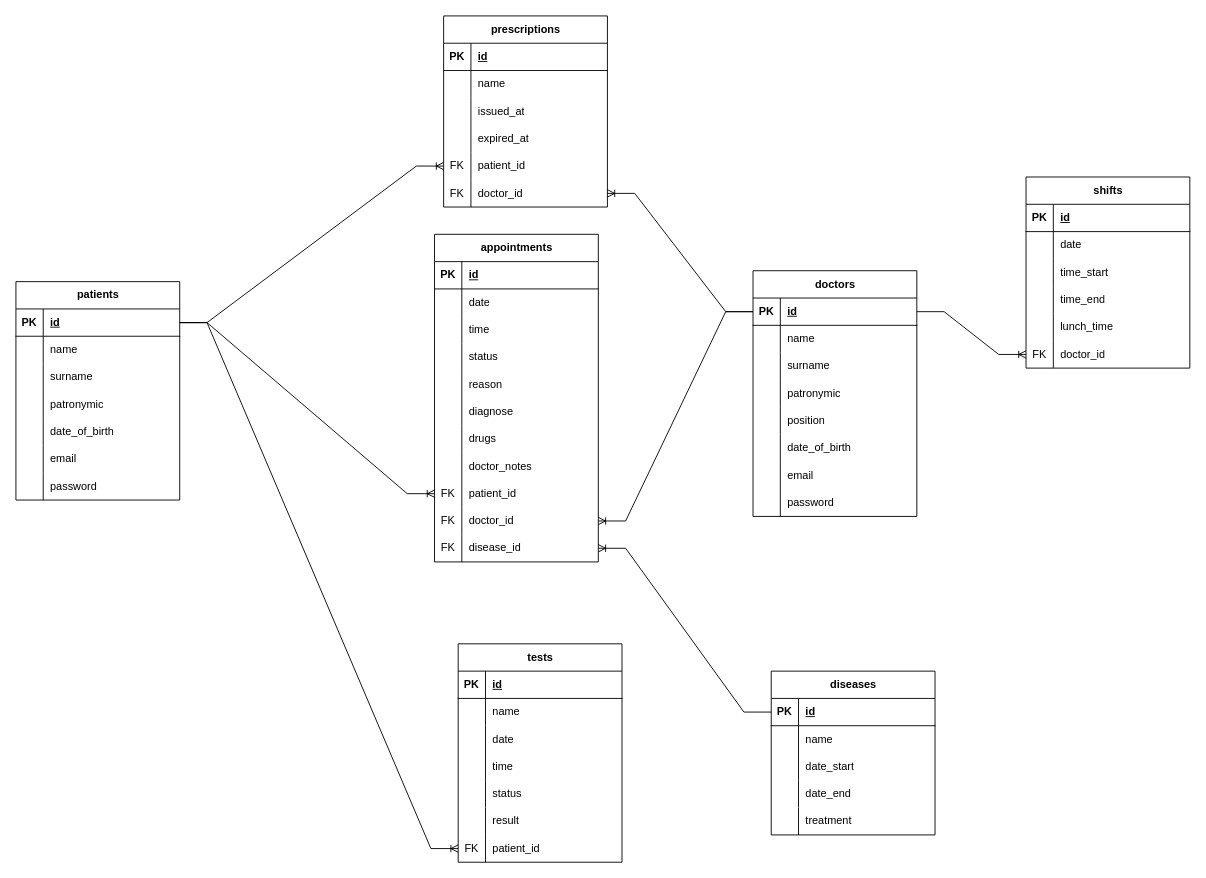
This is DB_ERD.drawio from beerH4nter/clinic_website_coursework, a draw.io file, before an edit. Source tidied: cells renumbered, new cells numbered last; positions are measured from the earlier drawing's top-left corner, leaving out a move shared by most shapes. Both pictures are drawn from the tidied source at 91%, with x=0, y=0 at pixel (15, 15).
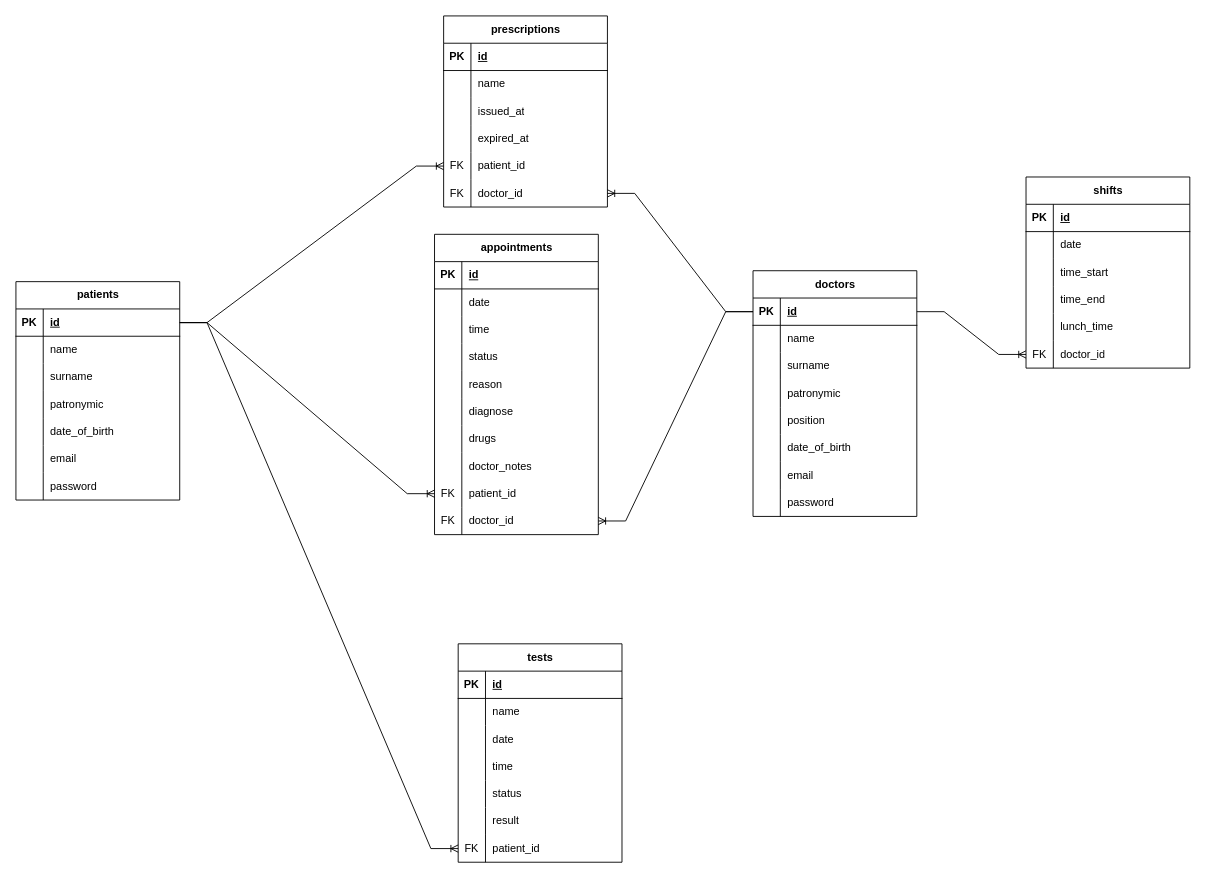
The same page after the edit.

The edit, as a diff of the source:
```diff
@@
     <mxCell id="24" value="appointments" style="shape=table;startSize=30;childLayout=tableLayout;rowLines=0;fontStyle=1;align=center;html=1;" parent="1" vertex="1">
-      <mxGeometry x="460" y="240" width="180" height="360" as="geometry" />
+      <mxGeometry x="460" y="240" width="180" height="330" as="geometry" />
     </mxCell>
@@
-    <mxCell id="55" style="shape=tableRow;horizontal=0;startSize=0;swimlaneHead=0;swimlaneBody=0;fillColor=none;points=[[0,0.5],[1,0.5]];portConstraint=eastwest;top=0;left=0;right=0;bottom=0;" parent="24" vertex="1">
-      <mxGeometry y="330" width="180" height="30" as="geometry" />
-    </mxCell>
-    <mxCell id="56" value="FK" style="shape=partialRectangle;fillColor=none;top=0;left=0;bottom=0;right=0;overflow=hidden;whiteSpace=wrap;html=1;" parent="55" vertex="1">
-      <mxGeometry width="30" height="30" as="geometry" />
-    </mxCell>
-    <mxCell id="57" value="disease_id" style="shape=partialRectangle;fillColor=none;top=0;left=0;bottom=0;right=0;align=left;spacingLeft=6;overflow=hidden;whiteSpace=wrap;html=1;" parent="55" vertex="1">
-      <mxGeometry x="30" width="150" height="30" as="geometry" />
-    </mxCell>
-    <mxCell id="58" value="diseases" style="shape=table;startSize=30;childLayout=tableLayout;rowLines=0;fontStyle=1;align=center;html=1;" parent="1" vertex="1">
-      <mxGeometry x="830" y="720" width="180" height="180" as="geometry" />
-    </mxCell>
-    <mxCell id="59" style="shape=tableRow;horizontal=0;startSize=0;swimlaneHead=0;swimlaneBody=0;fillColor=none;points=[[0,0.5],[1,0.5]];portConstraint=eastwest;top=0;left=0;right=0;bottom=1;" parent="58" vertex="1">
-      <mxGeometry y="30" width="180" height="30" as="geometry" />
-    </mxCell>
-    <mxCell id="60" value="PK" style="shape=partialRectangle;fillColor=none;top=0;left=0;bottom=0;right=0;fontStyle=1;overflow=hidden;whiteSpace=wrap;html=1;" parent="59" vertex="1">
-      <mxGeometry width="30" height="30" as="geometry" />
-    </mxCell>
-    <mxCell id="61" value="id" style="shape=partialRectangle;fillColor=none;top=0;left=0;bottom=0;right=0;align=left;spacingLeft=6;fontStyle=5;overflow=hidden;whiteSpace=wrap;html=1;" parent="59" vertex="1">
-      <mxGeometry x="30" width="150" height="30" as="geometry" />
-    </mxCell>
-    <mxCell id="62" style="shape=tableRow;horizontal=0;startSize=0;swimlaneHead=0;swimlaneBody=0;fillColor=none;top=0;left=0;right=0;bottom=0;" parent="58" vertex="1">
-      <mxGeometry y="60" width="180" height="30" as="geometry" />
-    </mxCell>
-    <mxCell id="63" style="shape=partialRectangle;fillColor=none;top=0;left=0;bottom=0;right=0;overflow=hidden;whiteSpace=wrap;html=1;" parent="62" vertex="1">
-      <mxGeometry width="30" height="30" as="geometry" />
-    </mxCell>
-    <mxCell id="64" value="name" style="shape=partialRectangle;fillColor=none;top=0;left=0;bottom=0;right=0;align=left;spacingLeft=6;overflow=hidden;whiteSpace=wrap;html=1;" parent="62" vertex="1">
-      <mxGeometry x="30" width="150" height="30" as="geometry" />
-    </mxCell>
-    <mxCell id="65" style="shape=tableRow;horizontal=0;startSize=0;swimlaneHead=0;swimlaneBody=0;fillColor=none;top=0;left=0;right=0;bottom=0;" parent="58" vertex="1">
-      <mxGeometry y="90" width="180" height="30" as="geometry" />
-    </mxCell>
-    <mxCell id="66" style="shape=partialRectangle;fillColor=none;top=0;left=0;bottom=0;right=0;overflow=hidden;whiteSpace=wrap;html=1;" parent="65" vertex="1">
-      <mxGeometry width="30" height="30" as="geometry" />
-    </mxCell>
-    <mxCell id="67" value="date_start" style="shape=partialRectangle;fillColor=none;top=0;left=0;bottom=0;right=0;align=left;spacingLeft=6;overflow=hidden;whiteSpace=wrap;html=1;" parent="65" vertex="1">
-      <mxGeometry x="30" width="150" height="30" as="geometry" />
-    </mxCell>
-    <mxCell id="68" style="shape=tableRow;horizontal=0;startSize=0;swimlaneHead=0;swimlaneBody=0;fillColor=none;top=0;left=0;right=0;bottom=0;" parent="58" vertex="1">
-      <mxGeometry y="120" width="180" height="30" as="geometry" />
-    </mxCell>
-    <mxCell id="69" style="shape=partialRectangle;fillColor=none;top=0;left=0;bottom=0;right=0;overflow=hidden;whiteSpace=wrap;html=1;" parent="68" vertex="1">
-      <mxGeometry width="30" height="30" as="geometry" />
-    </mxCell>
-    <mxCell id="70" value="date_end" style="shape=partialRectangle;fillColor=none;top=0;left=0;bottom=0;right=0;align=left;spacingLeft=6;overflow=hidden;whiteSpace=wrap;html=1;" parent="68" vertex="1">
-      <mxGeometry x="30" width="150" height="30" as="geometry" />
-    </mxCell>
-    <mxCell id="71" style="shape=tableRow;horizontal=0;startSize=0;swimlaneHead=0;swimlaneBody=0;fillColor=none;top=0;left=0;right=0;bottom=0;" parent="58" vertex="1">
-      <mxGeometry y="150" width="180" height="30" as="geometry" />
-    </mxCell>
-    <mxCell id="72" style="shape=partialRectangle;fillColor=none;top=0;left=0;bottom=0;right=0;overflow=hidden;whiteSpace=wrap;html=1;" parent="71" vertex="1">
-      <mxGeometry width="30" height="30" as="geometry" />
-    </mxCell>
-    <mxCell id="73" value="treatment" style="shape=partialRectangle;fillColor=none;top=0;left=0;bottom=0;right=0;align=left;spacingLeft=6;overflow=hidden;whiteSpace=wrap;html=1;" parent="71" vertex="1">
-      <mxGeometry x="30" width="150" height="30" as="geometry" />
-    </mxCell>
@@
-    <mxCell id="159" style="edgeStyle=entityRelationEdgeStyle;fontSize=12;html=1;endArrow=ERoneToMany;rounded=0;exitX=0;exitY=0.5;exitDx=0;exitDy=0;entryX=1;entryY=0.5;entryDx=0;entryDy=0;" parent="1" edge="1" source="59" target="55">
-      <mxGeometry relative="1" as="geometry" />
-    </mxCell>
```
